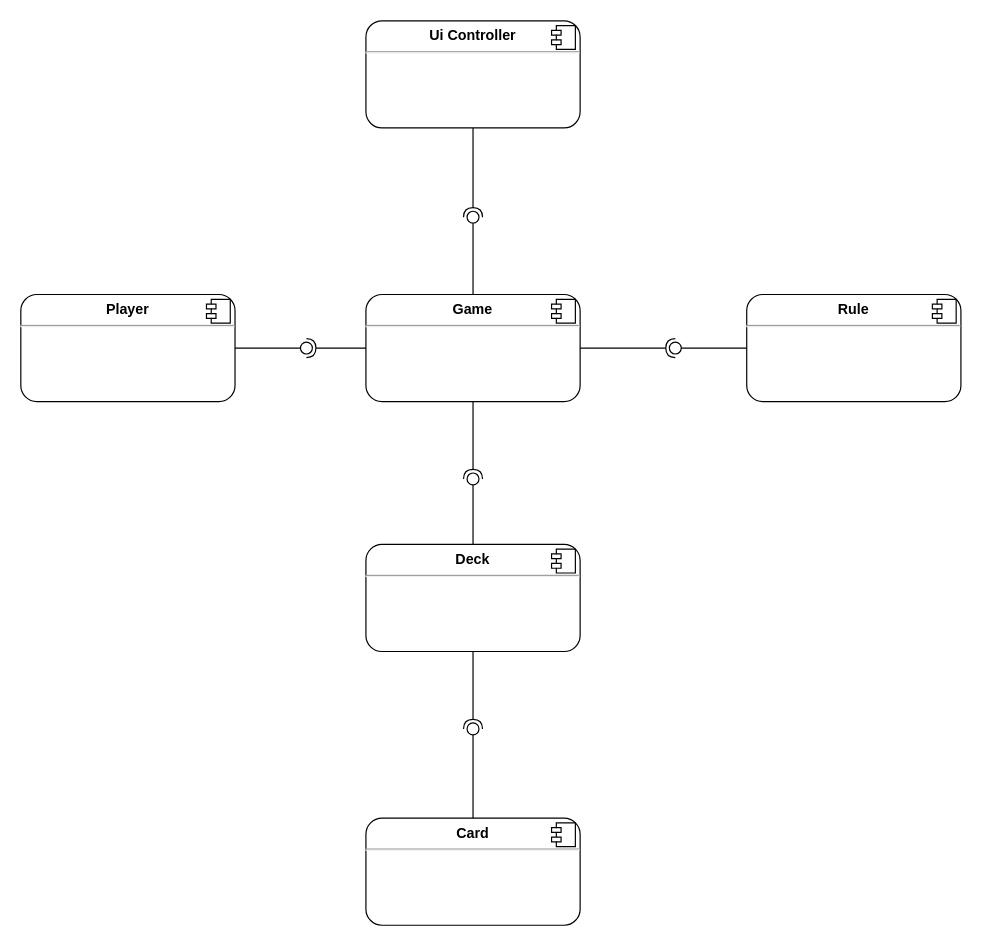
RiFrost/mau-mau keeps this draw.io diagram as docs/componentdiagram.drawio. Above is the earlier version. Source tidied: cells renumbered, new cells numbered last; positions are measured from the earlier drawing's top-left corner, leaving out a move shared by most shapes. Both pictures are drawn from the tidied source at 119%, with x=0, y=0 at pixel (20, 20).
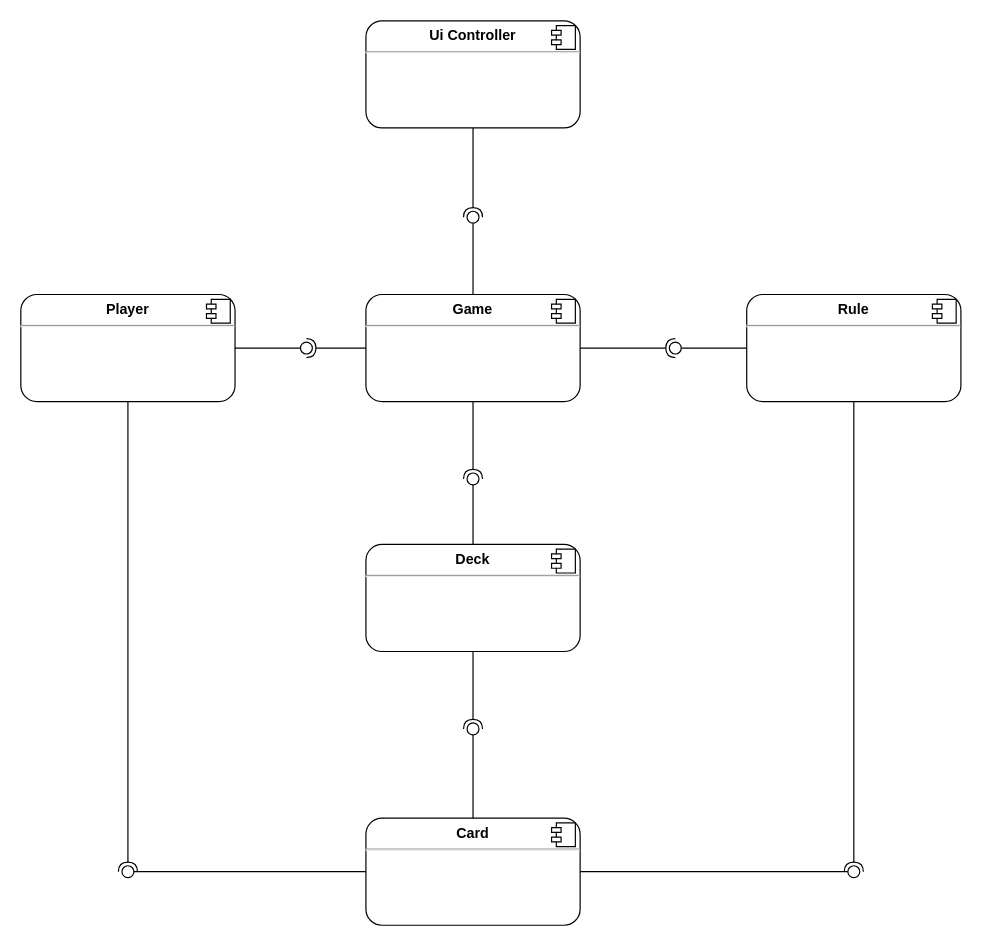
The same page after the edit.

The change refers to these unchanged cells:
```xml
<mxCell id="2" value="&lt;p style=&quot;margin:0px;margin-top:6px;text-align:center;&quot;&gt;&lt;b&gt;Player&lt;/b&gt;&lt;/p&gt;&lt;hr&gt;" style="align=left;overflow=fill;html=1;rounded=1;" parent="1" vertex="1">
  <mxGeometry y="230" width="180" height="90" as="geometry" />
</mxCell>
<mxCell id="4" value="&lt;p style=&quot;margin:0px;margin-top:6px;text-align:center;&quot;&gt;&lt;b&gt;Rule&lt;/b&gt;&lt;/p&gt;&lt;hr&gt;&lt;p style=&quot;margin:0px;margin-left:8px;&quot;&gt;&lt;br&gt;&lt;/p&gt;" style="align=left;overflow=fill;html=1;rounded=1;" parent="1" vertex="1">
  <mxGeometry x="610" y="230" width="180" height="90" as="geometry" />
</mxCell>
<mxCell id="10" value="&lt;p style=&quot;margin:0px;margin-top:6px;text-align:center;&quot;&gt;&lt;b&gt;Card&lt;/b&gt;&lt;/p&gt;&lt;hr&gt;&lt;p style=&quot;margin:0px;margin-left:8px;&quot;&gt;&lt;br&gt;&lt;br&gt;&lt;/p&gt;" style="align=left;overflow=fill;html=1;rounded=1;" parent="1" vertex="1">
  <mxGeometry x="290" y="670" width="180" height="90" as="geometry" />
</mxCell>
```

The edit, as a diff of the source:
```diff
@@
+    <mxCell id="29" style="rounded=0;jettySize=auto;html=1;endArrow=none;endFill=0;sketch=0;sourcePerimeterSpacing=0;targetPerimeterSpacing=0;exitX=0;exitY=0.5;exitDx=0;exitDy=0;" parent="1" edge="1" source="10" target="31">
+      <mxGeometry relative="1" as="geometry" />
+    </mxCell>
+    <mxCell id="30" style="rounded=0;jettySize=auto;html=1;endArrow=halfCircle;endFill=0;entryX=0.5;entryY=0.5;endSize=6;strokeWidth=1;sketch=0;exitX=0.5;exitY=1;exitDx=0;exitDy=0;" parent="1" edge="1" source="2" target="31">
+      <mxGeometry relative="1" as="geometry" />
+    </mxCell>
+    <mxCell id="31" style="ellipse;whiteSpace=wrap;html=1;align=center;points=[];outlineConnect=0;sketch=0;" parent="1" vertex="1">
+      <mxGeometry x="85" y="710" width="10" height="10" as="geometry" />
+    </mxCell>
+    <mxCell id="32" style="rounded=0;jettySize=auto;html=1;endArrow=none;endFill=0;sketch=0;sourcePerimeterSpacing=0;targetPerimeterSpacing=0;exitX=1;exitY=0.5;exitDx=0;exitDy=0;" parent="1" edge="1" source="10" target="34">
+      <mxGeometry relative="1" as="geometry" />
+    </mxCell>
+    <mxCell id="33" style="rounded=0;jettySize=auto;html=1;endArrow=halfCircle;endFill=0;entryX=0.5;entryY=0.5;endSize=6;strokeWidth=1;sketch=0;exitX=0.5;exitY=1;exitDx=0;exitDy=0;" parent="1" edge="1" source="4" target="34">
+      <mxGeometry relative="1" as="geometry" />
+    </mxCell>
+    <mxCell id="34" style="ellipse;whiteSpace=wrap;html=1;align=center;points=[];outlineConnect=0;sketch=0;" parent="1" vertex="1">
+      <mxGeometry x="695" y="710" width="10" height="10" as="geometry" />
+    </mxCell>
```
